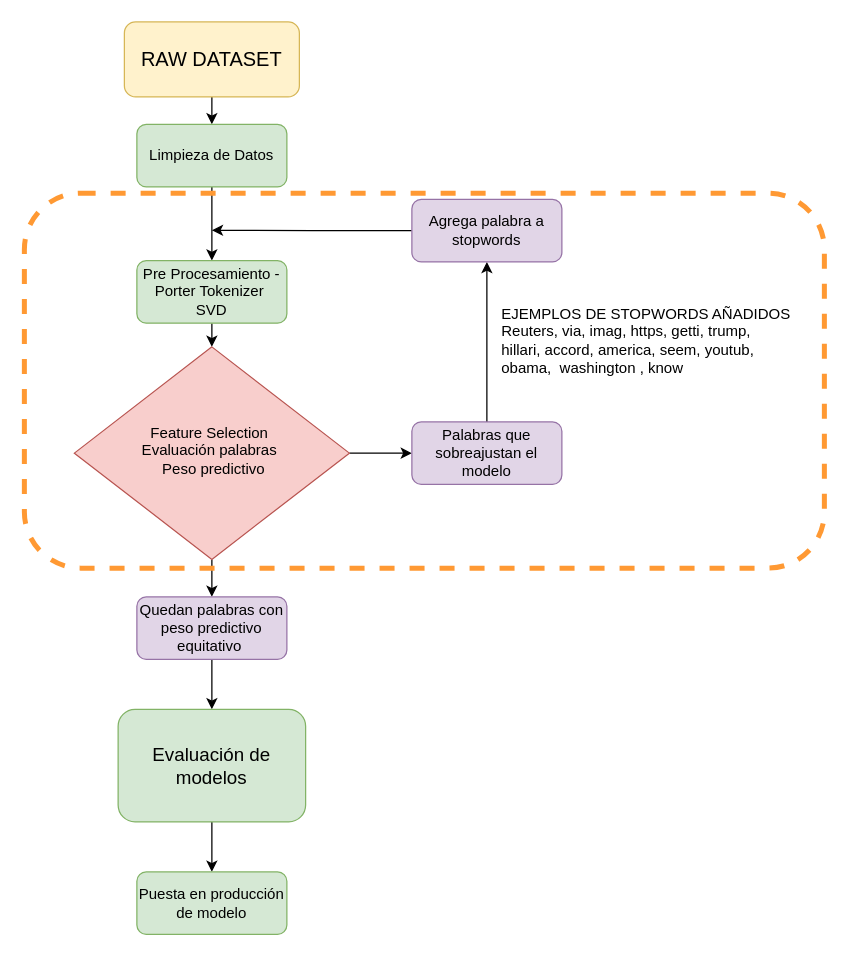
Earlier version of the draw.io diagram data/fakenews_diagram.drawio (germanscillato/DS_DIGITALHOUSE-TP-INTEGRADOR). Source tidied: cells renumbered, new cells numbered last; positions are measured from the earlier drawing's top-left corner, leaving out a move shared by most shapes. Both pictures are drawn from the tidied source at 125%, with x=0, y=0 at pixel (24, 21).
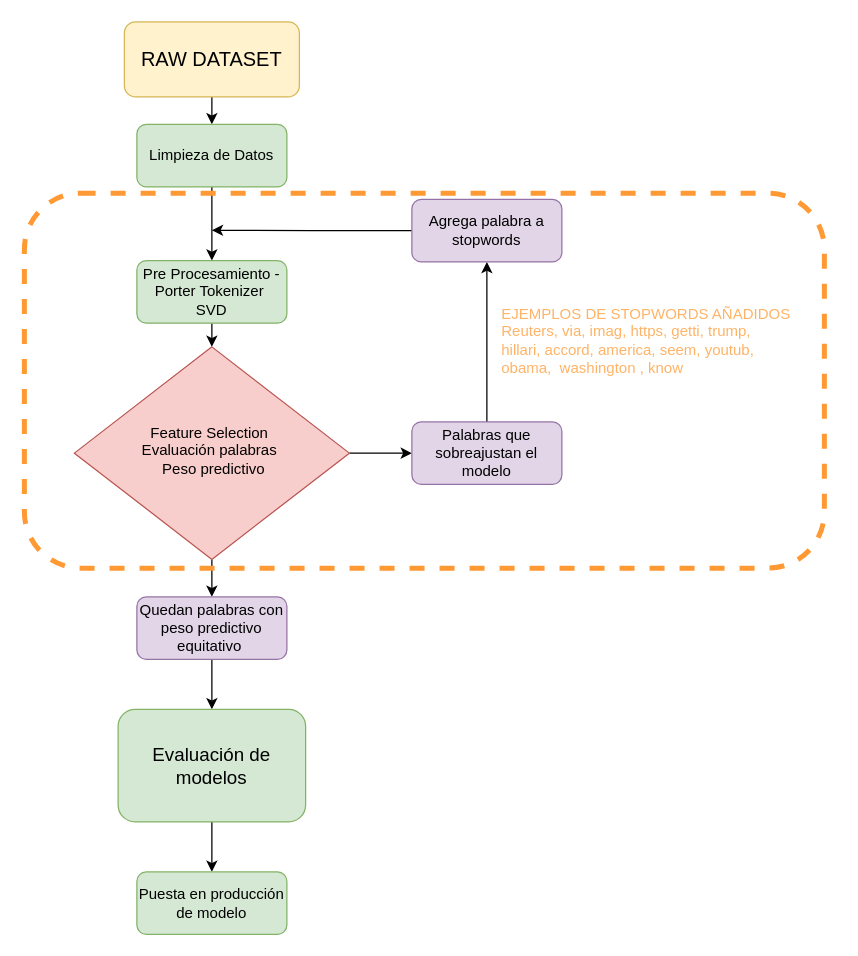
The same diagram, later.

Commit message (it also covers changes not shown here):
bug worldcloud- faltaba definir stopwords_en

Diff of the diagram source:
```diff
@@
-    <mxCell id="21" value="EJEMPLOS DE STOPWORDS AÑADIDOS&lt;br&gt;&lt;div&gt;Reuters, via, imag, https, getti, trump,&lt;/div&gt;&lt;div&gt;hillari, accord, america, seem, youtub,&amp;nbsp;&lt;/div&gt;&lt;div&gt;obama,&amp;nbsp; washington , know&lt;/div&gt;" style="text;whiteSpace=wrap;html=1;" parent="1" vertex="1">
+    <mxCell id="21" value="&lt;font color=&quot;#ffb366&quot;&gt;EJEMPLOS DE STOPWORDS AÑADIDOS&lt;br&gt;&lt;/font&gt;&lt;div&gt;&lt;font color=&quot;#ffb366&quot;&gt;Reuters, via, imag, https, getti, trump,&lt;/font&gt;&lt;/div&gt;&lt;div&gt;&lt;font color=&quot;#ffb366&quot;&gt;hillari, accord, america, seem, youtub,&amp;nbsp;&lt;/font&gt;&lt;/div&gt;&lt;div&gt;&lt;font color=&quot;#ffb366&quot;&gt;obama,&amp;nbsp; washington , know&lt;/font&gt;&lt;/div&gt;" style="text;whiteSpace=wrap;html=1;" parent="1" vertex="1">
       <mxGeometry x="380" y="220" width="270" height="70" as="geometry" />
     </mxCell>
```
